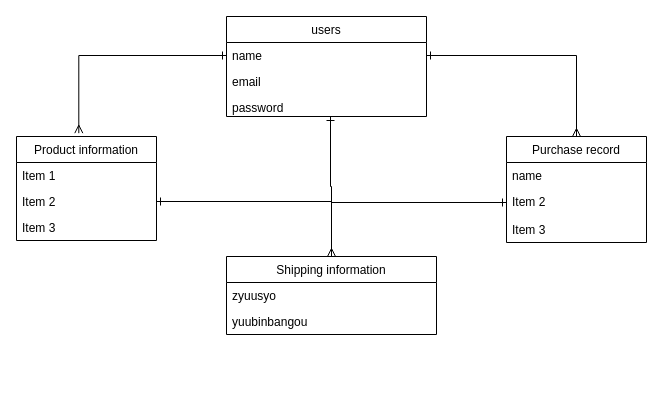
The draw.io diagram er.dio in KeisukeKKKK/furima-36905, before the edit. Source tidied: cells renumbered, new cells numbered last; positions are measured from the earlier drawing's top-left corner, leaving out a move shared by most shapes. Both pictures are drawn from the tidied source at 100%, with x=0, y=0 at pixel (16, 16).
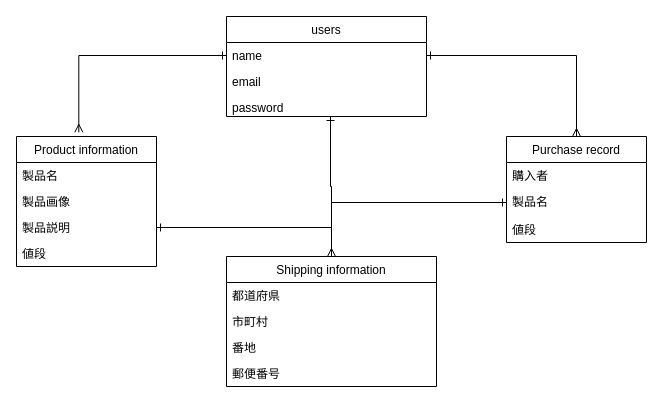
The same diagram, later.

Unchanged cells that the change refers to:
```xml
<mxCell id="6" value="Purchase record" style="swimlane;fontStyle=0;horizontal=1;startSize=26;" parent="1" vertex="1">
  <mxGeometry x="490" y="120" width="140" height="106" as="geometry" />
</mxCell>
```

What changed in the source:
```diff
@@
-    <mxCell id="7" value="name" style="text;strokeColor=none;fillColor=none;align=left;verticalAlign=top;spacingLeft=4;spacingRight=4;overflow=hidden;" parent="6" vertex="1">
+    <mxCell id="7" value="購入者" style="text;strokeColor=none;fillColor=none;align=left;verticalAlign=top;spacingLeft=4;spacingRight=4;overflow=hidden;" parent="6" vertex="1">
       <mxGeometry y="26" width="140" height="26" as="geometry" />
     </mxCell>
-    <mxCell id="8" value="Item 2" style="text;strokeColor=none;fillColor=none;align=left;verticalAlign=top;spacingLeft=4;spacingRight=4;overflow=hidden;points=[[0,0.5],[1,0.5]];portConstraint=eastwest;" parent="6" vertex="1">
+    <mxCell id="8" value="製品名" style="text;strokeColor=none;fillColor=none;align=left;verticalAlign=top;spacingLeft=4;spacingRight=4;overflow=hidden;points=[[0,0.5],[1,0.5]];portConstraint=eastwest;" parent="6" vertex="1">
       <mxGeometry y="52" width="140" height="28" as="geometry" />
     </mxCell>
-    <mxCell id="9" value="Item 3" style="text;strokeColor=none;fillColor=none;align=left;verticalAlign=top;spacingLeft=4;spacingRight=4;overflow=hidden;" parent="6" vertex="1">
+    <mxCell id="9" value="値段" style="text;strokeColor=none;fillColor=none;align=left;verticalAlign=top;spacingLeft=4;spacingRight=4;overflow=hidden;" parent="6" vertex="1">
       <mxGeometry y="80" width="140" height="26" as="geometry" />
     </mxCell>
     <mxCell id="10" value="Product information" style="swimlane;fontStyle=0;horizontal=1;startSize=26;" parent="1" vertex="1">
-      <mxGeometry y="120" width="140" height="104" as="geometry" />
+      <mxGeometry y="120" width="140" height="130" as="geometry" />
     </mxCell>
-    <mxCell id="11" value="Item 1" style="text;strokeColor=none;fillColor=none;align=left;verticalAlign=top;spacingLeft=4;spacingRight=4;overflow=hidden;" parent="10" vertex="1">
+    <mxCell id="11" value="製品名" style="text;strokeColor=none;fillColor=none;align=left;verticalAlign=top;spacingLeft=4;spacingRight=4;overflow=hidden;" parent="10" vertex="1">
       <mxGeometry y="26" width="140" height="26" as="geometry" />
     </mxCell>
+    <mxCell id="21" value="製品画像" style="text;strokeColor=none;fillColor=none;align=left;verticalAlign=top;spacingLeft=4;spacingRight=4;overflow=hidden;" parent="10" vertex="1">
+      <mxGeometry y="52" width="140" height="26" as="geometry" />
+    </mxCell>
-    <mxCell id="12" value="Item 2" style="text;strokeColor=none;fillColor=none;align=left;verticalAlign=top;spacingLeft=4;spacingRight=4;overflow=hidden;points=[[0,0.5],[1,0.5]];portConstraint=eastwest;" parent="10" vertex="1">
-      <mxGeometry y="52" width="140" height="26" as="geometry" />
+    <mxCell id="12" value="製品説明" style="text;strokeColor=none;fillColor=none;align=left;verticalAlign=top;spacingLeft=4;spacingRight=4;overflow=hidden;points=[[0,0.5],[1,0.5]];portConstraint=eastwest;" parent="10" vertex="1">
+      <mxGeometry y="78" width="140" height="26" as="geometry" />
     </mxCell>
-    <mxCell id="13" value="Item 3" style="text;strokeColor=none;fillColor=none;align=left;verticalAlign=top;spacingLeft=4;spacingRight=4;overflow=hidden;" parent="10" vertex="1">
-      <mxGeometry y="78" width="140" height="26" as="geometry" />
+    <mxCell id="13" value="値段" style="text;strokeColor=none;fillColor=none;align=left;verticalAlign=top;spacingLeft=4;spacingRight=4;overflow=hidden;" parent="10" vertex="1">
+      <mxGeometry y="104" width="140" height="26" as="geometry" />
     </mxCell>
@@
     <mxCell id="16" value="Shipping information" style="swimlane;fontStyle=0;horizontal=1;startSize=26;" parent="1" vertex="1">
-      <mxGeometry x="210" y="240" width="210" height="78" as="geometry" />
+      <mxGeometry x="210" y="240" width="210" height="130" as="geometry" />
     </mxCell>
-    <mxCell id="17" value="zyuusyo" style="text;strokeColor=none;fillColor=none;align=left;verticalAlign=top;spacingLeft=4;spacingRight=4;overflow=hidden;" parent="16" vertex="1">
+    <mxCell id="17" value="都道府県" style="text;strokeColor=none;fillColor=none;align=left;verticalAlign=top;spacingLeft=4;spacingRight=4;overflow=hidden;" parent="16" vertex="1">
       <mxGeometry y="26" width="210" height="26" as="geometry" />
     </mxCell>
+    <mxCell id="22" value="市町村" style="text;strokeColor=none;fillColor=none;align=left;verticalAlign=top;spacingLeft=4;spacingRight=4;overflow=hidden;" parent="16" vertex="1">
+      <mxGeometry y="52" width="210" height="26" as="geometry" />
+    </mxCell>
+    <mxCell id="23" value="番地" style="text;strokeColor=none;fillColor=none;align=left;verticalAlign=top;spacingLeft=4;spacingRight=4;overflow=hidden;" parent="16" vertex="1">
+      <mxGeometry y="78" width="210" height="26" as="geometry" />
+    </mxCell>
-    <mxCell id="18" value="yuubinbangou" style="text;strokeColor=none;fillColor=none;align=left;verticalAlign=top;spacingLeft=4;spacingRight=4;overflow=hidden;" parent="16" vertex="1">
-      <mxGeometry y="52" width="210" height="26" as="geometry" />
+    <mxCell id="18" value="郵便番号" style="text;strokeColor=none;fillColor=none;align=left;verticalAlign=top;spacingLeft=4;spacingRight=4;overflow=hidden;" parent="16" vertex="1">
+      <mxGeometry y="104" width="210" height="26" as="geometry" />
     </mxCell>
```
